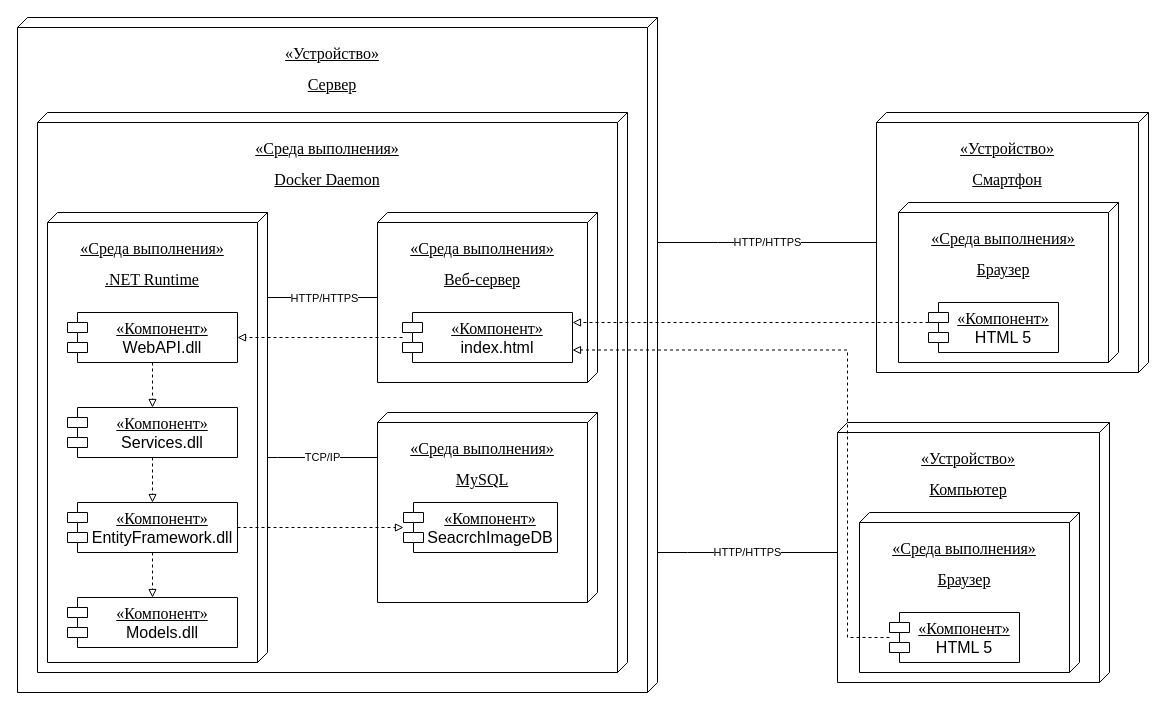
Before: Проектирование ПО/Разработка архитектуры программного обеспечения/Диаграмма развёртывания.drawio in LokiMATI/CourseProject, a draw.io diagram. Source tidied: cells renumbered, new cells numbered last; positions are measured from the earlier drawing's top-left corner, leaving out a move shared by most shapes. Both pictures are drawn from the tidied source at 100%, with x=0, y=0 at pixel (17, 17).
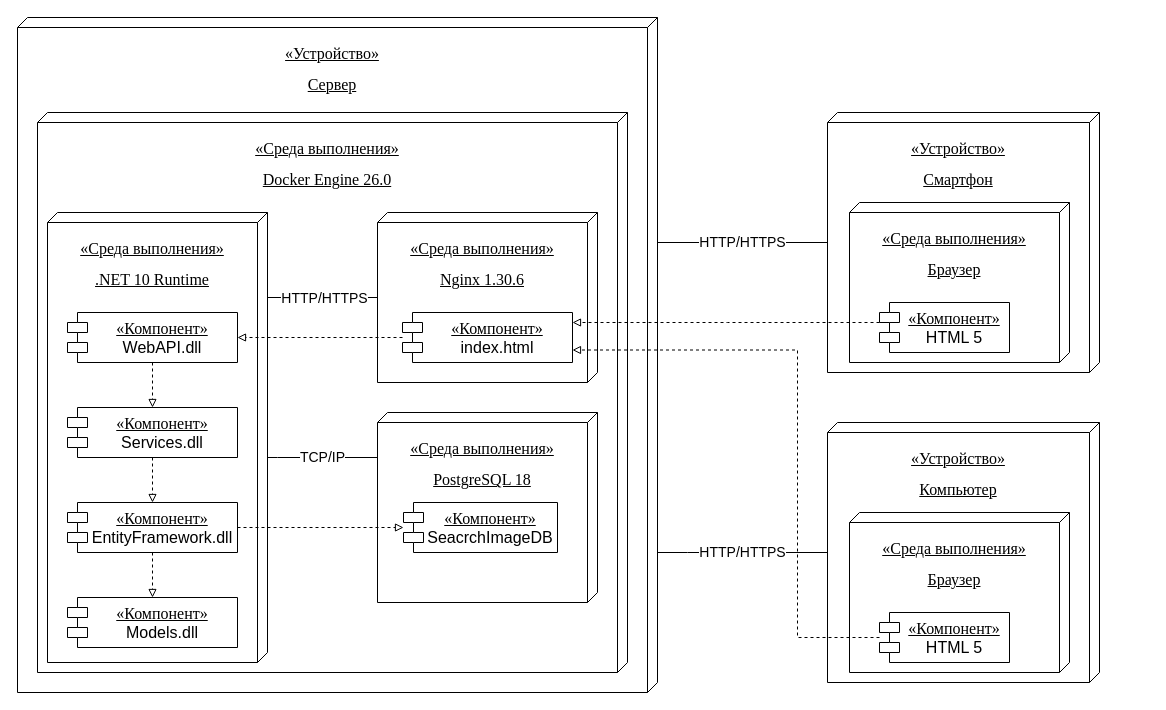
After the change.

Unchanged cells that the change refers to:
```xml
<mxCell id="2" value="&lt;p class=&quot;MsoTitle&quot;&gt;&lt;span style=&quot;background-color: transparent; color: light-dark(rgb(0, 0, 0), rgb(255, 255, 255));&quot;&gt;&lt;font face=&quot;Times New Roman&quot; style=&quot;font-size: 16px;&quot;&gt;«Устройство»&lt;/font&gt;&lt;/span&gt;&lt;/p&gt;&lt;p class=&quot;MsoTitle&quot;&gt;&lt;font face=&quot;Times New Roman&quot;&gt;&lt;span style=&quot;font-size: 16px;&quot;&gt;Сервер&lt;/span&gt;&lt;/font&gt;&lt;/p&gt;" style="verticalAlign=top;align=center;spacingTop=8;spacingLeft=2;spacingRight=12;shape=cube;size=10;direction=south;fontStyle=4;html=1;whiteSpace=wrap;" parent="1" vertex="1">
  <mxGeometry width="640" height="675" as="geometry" />
</mxCell>
<mxCell id="18" style="edgeStyle=orthogonalEdgeStyle;rounded=0;jettySize=auto;html=1;endArrow=none;endFill=0;" parent="1" edge="1" source="20" target="6">
  <mxGeometry relative="1" as="geometry">
    <Array as="points">
      <mxPoint x="420" y="255" />
      <mxPoint x="420" y="255" />
    </Array>
  </mxGeometry>
</mxCell>
<mxCell id="22" value="&lt;div&gt;&lt;span style=&quot;font-family: &amp;quot;Times New Roman&amp;quot;; font-size: 16px; text-decoration: underline;&quot;&gt;«Компонент»&lt;/span&gt;&lt;/div&gt;&lt;span style=&quot;font-size: 16px;&quot;&gt;index.html&lt;/span&gt;" style="shape=module;align=left;spacingLeft=20;align=center;verticalAlign=top;whiteSpace=wrap;html=1;" parent="1" vertex="1">
  <mxGeometry x="385" y="295" width="170" height="50" as="geometry" />
</mxCell>
```

Change to the diagram source:
```diff
@@
-    <mxCell id="3" value="HTTP/HTTPS" style="edgeStyle=orthogonalEdgeStyle;rounded=0;jettySize=auto;html=1;endArrow=none;endFill=0;" parent="1" edge="1" source="2" target="12">
+    <mxCell id="3" value="&lt;font style=&quot;font-size: 14px;&quot;&gt;HTTP/HTTPS&lt;/font&gt;" style="edgeStyle=orthogonalEdgeStyle;rounded=0;jettySize=auto;html=1;endArrow=none;endFill=0;" parent="1" edge="1" source="2" target="12">
       <mxGeometry relative="1" as="geometry">
         <Array as="points">
           <mxPoint x="700" y="225" />
           <mxPoint x="700" y="225" />
         </Array>
       </mxGeometry>
     </mxCell>
-    <mxCell id="4" value="&lt;p class=&quot;MsoTitle&quot;&gt;&lt;span style=&quot;background-color: transparent; color: light-dark(rgb(0, 0, 0), rgb(255, 255, 255));&quot;&gt;&lt;font style=&quot;font-size: 16px;&quot; face=&quot;Times New Roman&quot;&gt;«Среда выполнения»&lt;/font&gt;&lt;/span&gt;&lt;/p&gt;&lt;p class=&quot;MsoTitle&quot;&gt;&lt;font face=&quot;Times New Roman&quot; style=&quot;font-size: 16px;&quot;&gt;Docker Daemon&lt;/font&gt;&lt;/p&gt;" style="verticalAlign=top;align=center;spacingTop=8;spacingLeft=2;spacingRight=12;shape=cube;size=10;direction=south;fontStyle=4;html=1;whiteSpace=wrap;" parent="1" vertex="1">
+    <mxCell id="4" value="&lt;p class=&quot;MsoTitle&quot;&gt;&lt;span style=&quot;background-color: transparent; color: light-dark(rgb(0, 0, 0), rgb(255, 255, 255));&quot;&gt;&lt;font style=&quot;font-size: 16px;&quot; face=&quot;Times New Roman&quot;&gt;«Среда выполнения»&lt;/font&gt;&lt;/span&gt;&lt;/p&gt;&lt;p class=&quot;MsoTitle&quot;&gt;&lt;font face=&quot;Times New Roman&quot; style=&quot;font-size: 16px;&quot;&gt;Docker Engine 26.0&lt;/font&gt;&lt;/p&gt;" style="verticalAlign=top;align=center;spacingTop=8;spacingLeft=2;spacingRight=12;shape=cube;size=10;direction=south;fontStyle=4;html=1;whiteSpace=wrap;" parent="1" vertex="1">
       <mxGeometry x="20" y="95" width="590" height="560" as="geometry" />
     </mxCell>
-    <mxCell id="5" value="TCP/IP" style="edgeStyle=orthogonalEdgeStyle;rounded=0;jettySize=auto;html=1;endArrow=none;endFill=0;" parent="1" edge="1" source="6" target="7">
+    <mxCell id="5" value="&lt;font style=&quot;font-size: 14px;&quot;&gt;TCP/IP&lt;/font&gt;" style="edgeStyle=orthogonalEdgeStyle;rounded=0;jettySize=auto;html=1;endArrow=none;endFill=0;" parent="1" edge="1" source="6" target="7">
       <mxGeometry relative="1" as="geometry">
         <Array as="points">
           <mxPoint x="260" y="440" />
           <mxPoint x="260" y="440" />
         </Array>
       </mxGeometry>
     </mxCell>
-    <mxCell id="6" value="&lt;p class=&quot;MsoTitle&quot;&gt;&lt;span style=&quot;background-color: transparent; color: light-dark(rgb(0, 0, 0), rgb(255, 255, 255));&quot;&gt;&lt;font face=&quot;Times New Roman&quot; style=&quot;font-size: 16px;&quot;&gt;«Среда выполнения»&lt;/font&gt;&lt;/span&gt;&lt;/p&gt;&lt;p class=&quot;MsoTitle&quot;&gt;&lt;font face=&quot;Times New Roman&quot;&gt;&lt;span style=&quot;font-size: 16px;&quot;&gt;.NET Runtime&lt;/span&gt;&lt;/font&gt;&lt;/p&gt;" style="verticalAlign=top;align=center;spacingTop=8;spacingLeft=2;spacingRight=12;shape=cube;size=10;direction=south;fontStyle=4;html=1;whiteSpace=wrap;" parent="1" vertex="1">
+    <mxCell id="6" value="&lt;p class=&quot;MsoTitle&quot;&gt;&lt;span style=&quot;background-color: transparent; color: light-dark(rgb(0, 0, 0), rgb(255, 255, 255));&quot;&gt;&lt;font face=&quot;Times New Roman&quot; style=&quot;font-size: 16px;&quot;&gt;«Среда выполнения»&lt;/font&gt;&lt;/span&gt;&lt;/p&gt;&lt;p class=&quot;MsoTitle&quot;&gt;&lt;font face=&quot;Times New Roman&quot;&gt;&lt;span style=&quot;font-size: 16px;&quot;&gt;.NET 10 Runtime&lt;/span&gt;&lt;/font&gt;&lt;/p&gt;" style="verticalAlign=top;align=center;spacingTop=8;spacingLeft=2;spacingRight=12;shape=cube;size=10;direction=south;fontStyle=4;html=1;whiteSpace=wrap;" parent="1" vertex="1">
       <mxGeometry x="30" y="195" width="220" height="450" as="geometry" />
     </mxCell>
-    <mxCell id="7" value="&lt;p class=&quot;MsoTitle&quot;&gt;&lt;span style=&quot;background-color: transparent; color: light-dark(rgb(0, 0, 0), rgb(255, 255, 255));&quot;&gt;&lt;font face=&quot;Times New Roman&quot; style=&quot;font-size: 16px;&quot;&gt;«Среда выполнения»&lt;/font&gt;&lt;/span&gt;&lt;/p&gt;&lt;p class=&quot;MsoTitle&quot;&gt;&lt;font face=&quot;Times New Roman&quot;&gt;&lt;span style=&quot;font-size: 16px;&quot;&gt;MySQL&lt;/span&gt;&lt;/font&gt;&lt;/p&gt;" style="verticalAlign=top;align=center;spacingTop=8;spacingLeft=2;spacingRight=12;shape=cube;size=10;direction=south;fontStyle=4;html=1;whiteSpace=wrap;" parent="1" vertex="1">
+    <mxCell id="7" value="&lt;p class=&quot;MsoTitle&quot;&gt;&lt;span style=&quot;background-color: transparent; color: light-dark(rgb(0, 0, 0), rgb(255, 255, 255));&quot;&gt;&lt;font face=&quot;Times New Roman&quot; style=&quot;font-size: 16px;&quot;&gt;«Среда выполнения»&lt;/font&gt;&lt;/span&gt;&lt;/p&gt;&lt;p class=&quot;MsoTitle&quot;&gt;&lt;font face=&quot;Times New Roman&quot;&gt;&lt;span style=&quot;font-size: 16px;&quot;&gt;PostgreSQL 18&lt;/span&gt;&lt;/font&gt;&lt;/p&gt;" style="verticalAlign=top;align=center;spacingTop=8;spacingLeft=2;spacingRight=12;shape=cube;size=10;direction=south;fontStyle=4;html=1;whiteSpace=wrap;" parent="1" vertex="1">
       <mxGeometry x="360" y="395" width="220" height="190" as="geometry" />
     </mxCell>
@@
-    <mxCell id="12" value="&lt;p class=&quot;MsoTitle&quot;&gt;&lt;span style=&quot;background-color: transparent; color: light-dark(rgb(0, 0, 0), rgb(255, 255, 255));&quot;&gt;&lt;font face=&quot;Times New Roman&quot; style=&quot;font-size: 16px;&quot;&gt;«Устройство»&lt;/font&gt;&lt;/span&gt;&lt;/p&gt;&lt;p class=&quot;MsoTitle&quot;&gt;&lt;font face=&quot;Times New Roman&quot;&gt;&lt;span style=&quot;font-size: 16px;&quot;&gt;Смартфон&lt;/span&gt;&lt;/font&gt;&lt;/p&gt;" style="verticalAlign=top;align=center;spacingTop=8;spacingLeft=2;spacingRight=12;shape=cube;size=10;direction=south;fontStyle=4;html=1;whiteSpace=wrap;" parent="1" vertex="1">
-      <mxGeometry x="859" y="95" width="272" height="260" as="geometry" />
-    </mxCell>
-    <mxCell id="13" value="&lt;p class=&quot;MsoTitle&quot;&gt;&lt;span style=&quot;background-color: transparent; color: light-dark(rgb(0, 0, 0), rgb(255, 255, 255));&quot;&gt;&lt;font face=&quot;Times New Roman&quot; style=&quot;font-size: 16px;&quot;&gt;«Среда выполнения»&lt;/font&gt;&lt;/span&gt;&lt;/p&gt;&lt;p class=&quot;MsoTitle&quot;&gt;&lt;font face=&quot;Times New Roman&quot;&gt;&lt;span style=&quot;font-size: 16px;&quot;&gt;Браузер&lt;/span&gt;&lt;/font&gt;&lt;/p&gt;" style="verticalAlign=top;align=center;spacingTop=8;spacingLeft=2;spacingRight=12;shape=cube;size=10;direction=south;fontStyle=4;html=1;whiteSpace=wrap;" parent="1" vertex="1">
-      <mxGeometry x="881" y="185" width="220" height="160" as="geometry" />
-    </mxCell>
-    <mxCell id="14" value="&lt;div&gt;&lt;span style=&quot;font-family: &amp;quot;Times New Roman&amp;quot;; font-size: 16px; text-decoration: underline;&quot;&gt;«Компонент»&lt;/span&gt;&lt;/div&gt;&lt;span style=&quot;font-size: 16px;&quot;&gt;HTML 5&lt;/span&gt;" style="shape=module;align=left;spacingLeft=20;align=center;verticalAlign=top;whiteSpace=wrap;html=1;" parent="1" vertex="1">
-      <mxGeometry x="911" y="285" width="130" height="50" as="geometry" />
-    </mxCell>
@@
-    <mxCell id="19" value="HTTP/HTTPS" style="edgeLabel;html=1;align=center;verticalAlign=middle;" parent="18" vertex="1">
+    <mxCell id="19" value="&lt;font style=&quot;font-size: 14px;&quot;&gt;HTTP/HTTPS&lt;/font&gt;" style="edgeLabel;html=1;align=center;verticalAlign=middle;" parent="18" vertex="1">
       <mxGeometry x="0.22" y="-3" relative="1" as="geometry">
         <mxPoint x="13" y="3" as="offset" />
       </mxGeometry>
     </mxCell>
-    <mxCell id="20" value="&lt;p class=&quot;MsoTitle&quot;&gt;&lt;span style=&quot;background-color: transparent; color: light-dark(rgb(0, 0, 0), rgb(255, 255, 255));&quot;&gt;&lt;font face=&quot;Times New Roman&quot; style=&quot;font-size: 16px;&quot;&gt;«Среда выполнения»&lt;/font&gt;&lt;/span&gt;&lt;/p&gt;&lt;p class=&quot;MsoTitle&quot;&gt;&lt;font face=&quot;Times New Roman&quot;&gt;&lt;span style=&quot;font-size: 16px;&quot;&gt;Веб-сервер&lt;/span&gt;&lt;/font&gt;&lt;/p&gt;" style="verticalAlign=top;align=center;spacingTop=8;spacingLeft=2;spacingRight=12;shape=cube;size=10;direction=south;fontStyle=4;html=1;whiteSpace=wrap;" parent="1" vertex="1">
+    <mxCell id="20" value="&lt;p class=&quot;MsoTitle&quot;&gt;&lt;span style=&quot;background-color: transparent; color: light-dark(rgb(0, 0, 0), rgb(255, 255, 255));&quot;&gt;&lt;font face=&quot;Times New Roman&quot; style=&quot;font-size: 16px;&quot;&gt;«Среда выполнения»&lt;/font&gt;&lt;/span&gt;&lt;/p&gt;&lt;p class=&quot;MsoTitle&quot;&gt;&lt;font face=&quot;Times New Roman&quot;&gt;&lt;span style=&quot;font-size: 16px;&quot;&gt;Nginx 1.30.6&lt;/span&gt;&lt;/font&gt;&lt;/p&gt;" style="verticalAlign=top;align=center;spacingTop=8;spacingLeft=2;spacingRight=12;shape=cube;size=10;direction=south;fontStyle=4;html=1;whiteSpace=wrap;" parent="1" vertex="1">
       <mxGeometry x="360" y="195" width="220" height="170" as="geometry" />
     </mxCell>
@@
-    <mxCell id="25" style="edgeStyle=orthogonalEdgeStyle;rounded=0;jettySize=auto;html=1;dashed=1;endArrow=block;endFill=0;" parent="1" edge="1" source="14" target="22">
-      <mxGeometry relative="1" as="geometry">
-        <Array as="points">
-          <mxPoint x="710" y="305" />
-          <mxPoint x="710" y="305" />
-        </Array>
-      </mxGeometry>
-    </mxCell>
-    <mxCell id="26" value="HTTP/HTTPS" style="edgeStyle=orthogonalEdgeStyle;rounded=0;jettySize=auto;html=1;endArrow=none;endFill=0;" parent="1" edge="1" source="27" target="2">
+    <mxCell id="26" value="&lt;font style=&quot;font-size: 14px;&quot;&gt;HTTP/HTTPS&lt;/font&gt;" style="edgeStyle=orthogonalEdgeStyle;rounded=0;jettySize=auto;html=1;endArrow=none;endFill=0;" parent="1" edge="1" source="27" target="2">
       <mxGeometry relative="1" as="geometry">
         <Array as="points">
           <mxPoint x="670" y="535" />
           <mxPoint x="670" y="535" />
         </Array>
       </mxGeometry>
     </mxCell>
+    <mxCell id="31" style="group;" parent="1" vertex="1">
+      <mxGeometry x="810" y="95" width="272" height="260" as="geometry" />
+    </mxCell>
+    <mxCell id="12" value="&lt;p class=&quot;MsoTitle&quot;&gt;&lt;span style=&quot;background-color: transparent; color: light-dark(rgb(0, 0, 0), rgb(255, 255, 255));&quot;&gt;&lt;font face=&quot;Times New Roman&quot; style=&quot;font-size: 16px;&quot;&gt;«Устройство»&lt;/font&gt;&lt;/span&gt;&lt;/p&gt;&lt;p class=&quot;MsoTitle&quot;&gt;&lt;font face=&quot;Times New Roman&quot;&gt;&lt;span style=&quot;font-size: 16px;&quot;&gt;Смартфон&lt;/span&gt;&lt;/font&gt;&lt;/p&gt;" style="verticalAlign=top;align=center;spacingTop=8;spacingLeft=2;spacingRight=12;shape=cube;size=10;direction=south;fontStyle=4;html=1;whiteSpace=wrap;" parent="31" vertex="1">
+      <mxGeometry width="272" height="260" as="geometry" />
+    </mxCell>
+    <mxCell id="13" value="&lt;p class=&quot;MsoTitle&quot;&gt;&lt;span style=&quot;background-color: transparent; color: light-dark(rgb(0, 0, 0), rgb(255, 255, 255));&quot;&gt;&lt;font face=&quot;Times New Roman&quot; style=&quot;font-size: 16px;&quot;&gt;«Среда выполнения»&lt;/font&gt;&lt;/span&gt;&lt;/p&gt;&lt;p class=&quot;MsoTitle&quot;&gt;&lt;font face=&quot;Times New Roman&quot;&gt;&lt;span style=&quot;font-size: 16px;&quot;&gt;Браузер&lt;/span&gt;&lt;/font&gt;&lt;/p&gt;" style="verticalAlign=top;align=center;spacingTop=8;spacingLeft=2;spacingRight=12;shape=cube;size=10;direction=south;fontStyle=4;html=1;whiteSpace=wrap;" parent="31" vertex="1">
+      <mxGeometry x="22" y="90" width="220" height="160" as="geometry" />
+    </mxCell>
+    <mxCell id="14" value="&lt;div&gt;&lt;span style=&quot;font-family: &amp;quot;Times New Roman&amp;quot;; font-size: 16px; text-decoration: underline;&quot;&gt;«Компонент»&lt;/span&gt;&lt;/div&gt;&lt;span style=&quot;font-size: 16px;&quot;&gt;HTML 5&lt;/span&gt;" style="shape=module;align=left;spacingLeft=20;align=center;verticalAlign=top;whiteSpace=wrap;html=1;" parent="31" vertex="1">
+      <mxGeometry x="52" y="190" width="130" height="50" as="geometry" />
+    </mxCell>
+    <mxCell id="32" style="group;" parent="1" vertex="1">
+      <mxGeometry x="810" y="405" width="272" height="260" as="geometry" />
+    </mxCell>
-    <mxCell id="27" value="&lt;p class=&quot;MsoTitle&quot;&gt;&lt;span style=&quot;background-color: transparent; color: light-dark(rgb(0, 0, 0), rgb(255, 255, 255));&quot;&gt;&lt;font face=&quot;Times New Roman&quot; style=&quot;font-size: 16px;&quot;&gt;«Устройство»&lt;/font&gt;&lt;/span&gt;&lt;/p&gt;&lt;p class=&quot;MsoTitle&quot;&gt;&lt;font face=&quot;Times New Roman&quot;&gt;&lt;span style=&quot;font-size: 16px;&quot;&gt;Компьютер&lt;/span&gt;&lt;/font&gt;&lt;/p&gt;" style="verticalAlign=top;align=center;spacingTop=8;spacingLeft=2;spacingRight=12;shape=cube;size=10;direction=south;fontStyle=4;html=1;whiteSpace=wrap;" parent="1" vertex="1">
-      <mxGeometry x="820" y="405" width="272" height="260" as="geometry" />
+    <mxCell id="27" value="&lt;p class=&quot;MsoTitle&quot;&gt;&lt;span style=&quot;background-color: transparent; color: light-dark(rgb(0, 0, 0), rgb(255, 255, 255));&quot;&gt;&lt;font face=&quot;Times New Roman&quot; style=&quot;font-size: 16px;&quot;&gt;«Устройство»&lt;/font&gt;&lt;/span&gt;&lt;/p&gt;&lt;p class=&quot;MsoTitle&quot;&gt;&lt;font face=&quot;Times New Roman&quot;&gt;&lt;span style=&quot;font-size: 16px;&quot;&gt;Компьютер&lt;/span&gt;&lt;/font&gt;&lt;/p&gt;" style="verticalAlign=top;align=center;spacingTop=8;spacingLeft=2;spacingRight=12;shape=cube;size=10;direction=south;fontStyle=4;html=1;whiteSpace=wrap;" parent="32" vertex="1">
+      <mxGeometry width="272" height="260" as="geometry" />
     </mxCell>
-    <mxCell id="28" value="&lt;p class=&quot;MsoTitle&quot;&gt;&lt;span style=&quot;background-color: transparent; color: light-dark(rgb(0, 0, 0), rgb(255, 255, 255));&quot;&gt;&lt;font face=&quot;Times New Roman&quot; style=&quot;font-size: 16px;&quot;&gt;«Среда выполнения»&lt;/font&gt;&lt;/span&gt;&lt;/p&gt;&lt;p class=&quot;MsoTitle&quot;&gt;&lt;font face=&quot;Times New Roman&quot;&gt;&lt;span style=&quot;font-size: 16px;&quot;&gt;Браузер&lt;/span&gt;&lt;/font&gt;&lt;/p&gt;" style="verticalAlign=top;align=center;spacingTop=8;spacingLeft=2;spacingRight=12;shape=cube;size=10;direction=south;fontStyle=4;html=1;whiteSpace=wrap;" parent="1" vertex="1">
-      <mxGeometry x="842" y="495" width="220" height="160" as="geometry" />
+    <mxCell id="28" value="&lt;p class=&quot;MsoTitle&quot;&gt;&lt;span style=&quot;background-color: transparent; color: light-dark(rgb(0, 0, 0), rgb(255, 255, 255));&quot;&gt;&lt;font face=&quot;Times New Roman&quot; style=&quot;font-size: 16px;&quot;&gt;«Среда выполнения»&lt;/font&gt;&lt;/span&gt;&lt;/p&gt;&lt;p class=&quot;MsoTitle&quot;&gt;&lt;font face=&quot;Times New Roman&quot;&gt;&lt;span style=&quot;font-size: 16px;&quot;&gt;Браузер&lt;/span&gt;&lt;/font&gt;&lt;/p&gt;" style="verticalAlign=top;align=center;spacingTop=8;spacingLeft=2;spacingRight=12;shape=cube;size=10;direction=south;fontStyle=4;html=1;whiteSpace=wrap;" parent="32" vertex="1">
+      <mxGeometry x="22" y="90" width="220" height="160" as="geometry" />
     </mxCell>
+    <mxCell id="30" value="&lt;div&gt;&lt;span style=&quot;font-family: &amp;quot;Times New Roman&amp;quot;; font-size: 16px; text-decoration: underline;&quot;&gt;«Компонент»&lt;/span&gt;&lt;/div&gt;&lt;span style=&quot;font-size: 16px;&quot;&gt;HTML 5&lt;/span&gt;" style="shape=module;align=left;spacingLeft=20;align=center;verticalAlign=top;whiteSpace=wrap;html=1;" parent="32" vertex="1">
+      <mxGeometry x="52" y="190" width="130" height="50" as="geometry" />
+    </mxCell>
     <mxCell id="29" style="edgeStyle=orthogonalEdgeStyle;rounded=0;jettySize=auto;html=1;entryX=1;entryY=0.75;entryDx=0;entryDy=0;endArrow=block;endFill=0;dashed=1;" parent="1" edge="1" source="30" target="22">
       <mxGeometry x="-0.13" relative="1" as="geometry">
         <Array as="points">
-          <mxPoint x="830" y="620" />
-          <mxPoint x="830" y="332.5" />
+          <mxPoint x="780" y="620" />
+          <mxPoint x="780" y="333" />
         </Array>
       </mxGeometry>
     </mxCell>
-    <mxCell id="30" value="&lt;div&gt;&lt;span style=&quot;font-family: &amp;quot;Times New Roman&amp;quot;; font-size: 16px; text-decoration: underline;&quot;&gt;«Компонент»&lt;/span&gt;&lt;/div&gt;&lt;span style=&quot;font-size: 16px;&quot;&gt;HTML 5&lt;/span&gt;" style="shape=module;align=left;spacingLeft=20;align=center;verticalAlign=top;whiteSpace=wrap;html=1;" parent="1" vertex="1">
-      <mxGeometry x="872" y="595" width="130" height="50" as="geometry" />
-    </mxCell>
+    <mxCell id="25" style="edgeStyle=orthogonalEdgeStyle;rounded=0;jettySize=auto;html=1;dashed=1;endArrow=block;endFill=0;" parent="1" edge="1" source="14" target="22">
+      <mxGeometry relative="1" as="geometry">
+        <Array as="points">
+          <mxPoint x="710" y="305" />
+          <mxPoint x="710" y="305" />
+        </Array>
+      </mxGeometry>
+    </mxCell>
```
